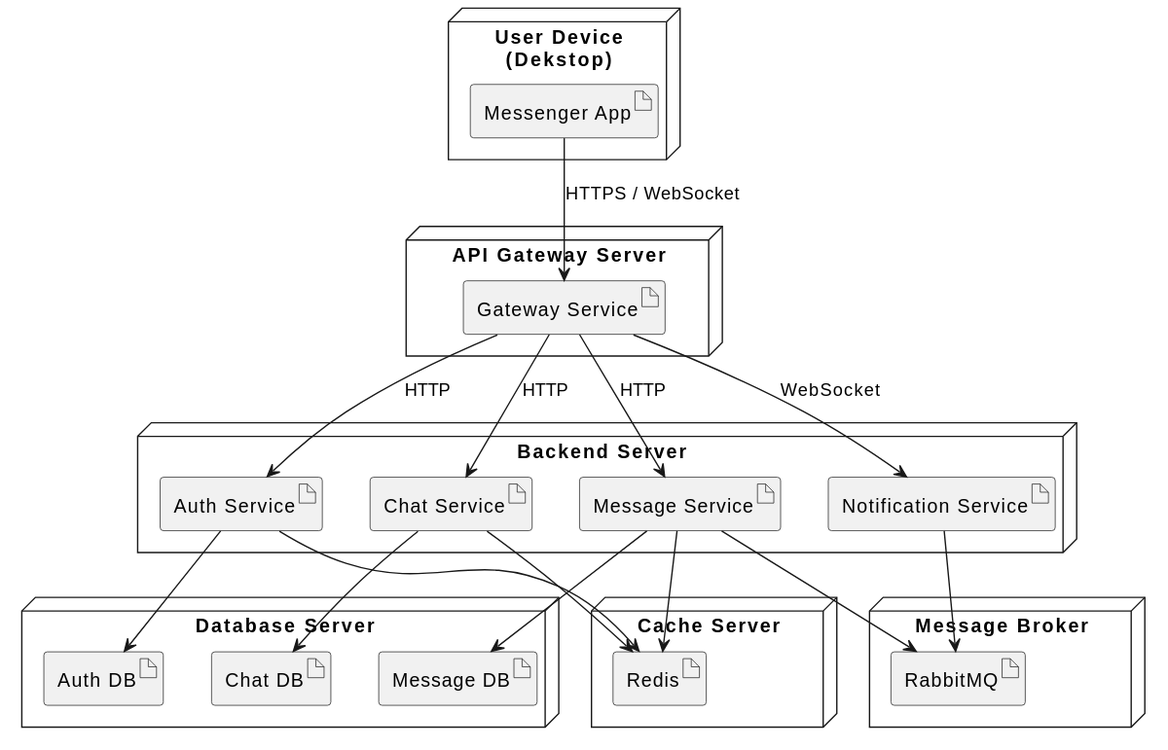
Before: architecture/deployment_diagram.svg, a diagram exported from PlantUML (Roma3214185/Messanger). Source of this version:
```plantuml
@startuml
node "User Device\n(Dekstop)" {
  artifact "Messenger App"
}

node "API Gateway Server" {
  artifact "Gateway Service"
}

node "Backend Server" {
  artifact "Auth Service"
  artifact "Chat Service"
  artifact "Message Service"
  artifact "Notification Service"
}

node "Database Server" {
  artifact "Auth DB"
  artifact "Chat DB"
  artifact "Message DB"
}

node "Cache Server" {
  artifact "Redis"
}

node "Message Broker" {
  artifact "RabbitMQ"
}

"Messenger App" --> "Gateway Service" : HTTPS / WebSocket
"Gateway Service" --> "Auth Service" : HTTP
"Gateway Service" --> "Chat Service" : HTTP
"Gateway Service" --> "Message Service" : HTTP
"Gateway Service" --> "Notification Service" :  WebSocket

"Auth Service" --> "Auth DB"
"Chat Service" --> "Chat DB"
"Message Service" --> "Message DB"

"Auth Service" --> "Redis"
"Chat Service" --> "Redis"
"Message Service" --> "Redis"

"Message Service" --> "RabbitMQ"
"Notification Service" --> "RabbitMQ"
@enduml
```
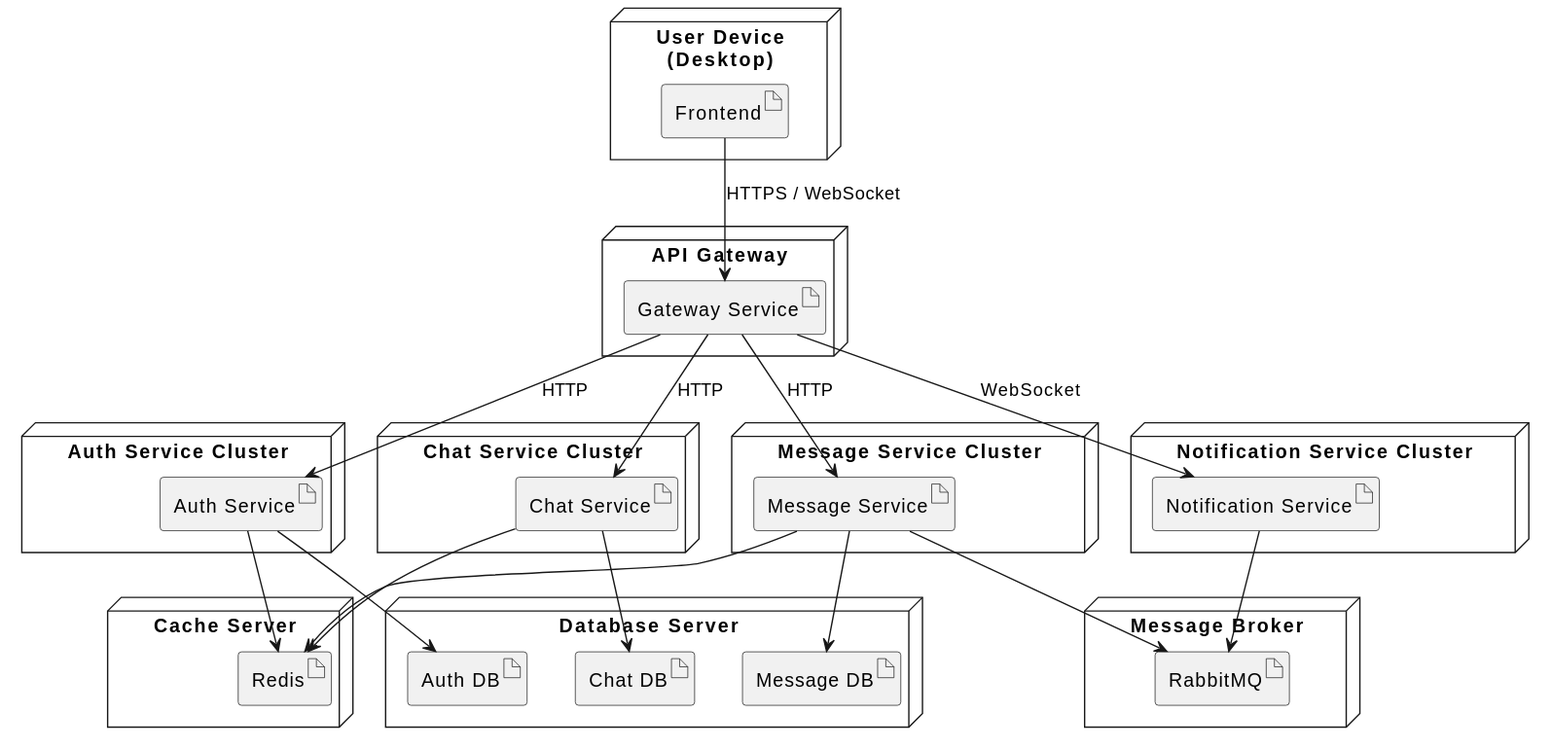
The same diagram one commit later.

Commit message:
deploy: 108aefc68fc8d701e38905f5156a47da92cf079f

What changed in the source:
```diff
@@ -1,16 +1,25 @@
 @startuml
-node "User Device\n(Dekstop)" {
-  artifact "Messenger App"
+node "User Device\n(Desktop)" {
+  artifact "Frontend"
 }
 
-node "API Gateway Server" {
+node "API Gateway" {
   artifact "Gateway Service"
 }
 
-node "Backend Server" {
+node "Auth Service Cluster" {
   artifact "Auth Service"
+}
+
+node "Chat Service Cluster" {
   artifact "Chat Service"
+}
+
+node "Message Service Cluster" {
   artifact "Message Service"
+}
+
+node "Notification Service Cluster" {
   artifact "Notification Service"
 }
 
@@ -28,7 +37,7 @@
   artifact "RabbitMQ"
 }
 
-"Messenger App" --> "Gateway Service" : HTTPS / WebSocket
+"Frontend" --> "Gateway Service" : HTTPS / WebSocket
 "Gateway Service" --> "Auth Service" : HTTP
 "Gateway Service" --> "Chat Service" : HTTP
 "Gateway Service" --> "Message Service" : HTTP
```
